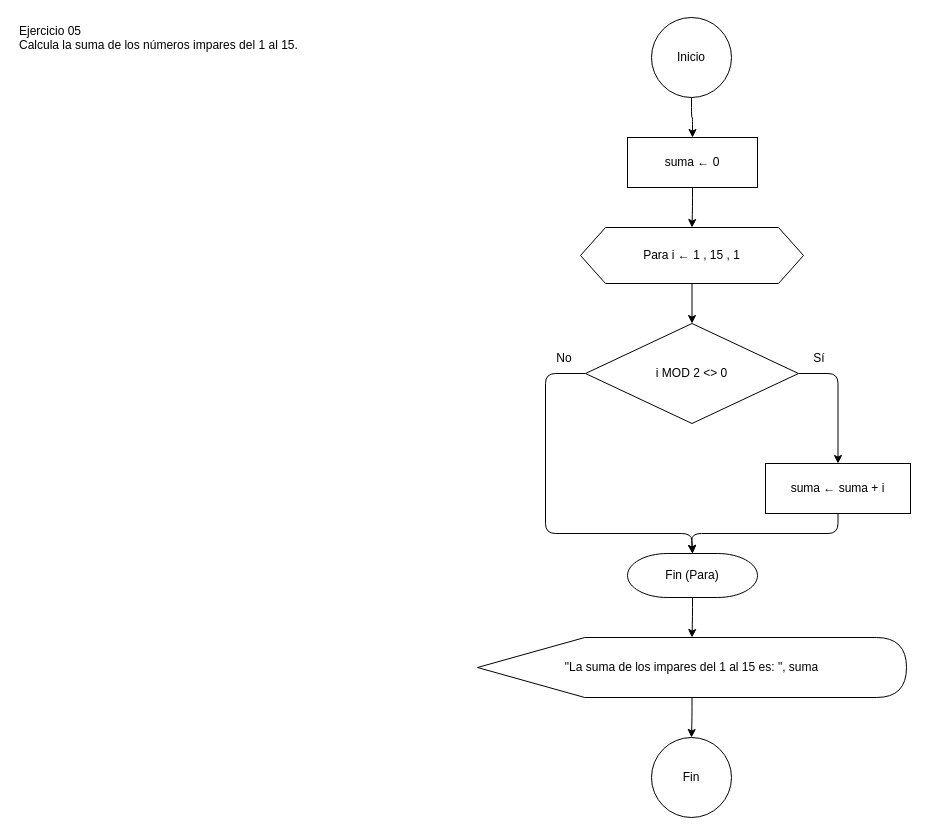
gonzalogiolitti/facultad-tcd keeps this draw.io diagram as DATOS Y ALGORITMOS/Practica/2_Repeticion_Para_Mientras/Ejercicio_05/diagrama.drawio. Above is the earlier version. Source tidied: cells renumbered, new cells numbered last; positions are measured from the earlier drawing's top-left corner, leaving out a move shared by most shapes. Both pictures are drawn from the tidied source at 100%, with x=0, y=0 at pixel (17, 17).
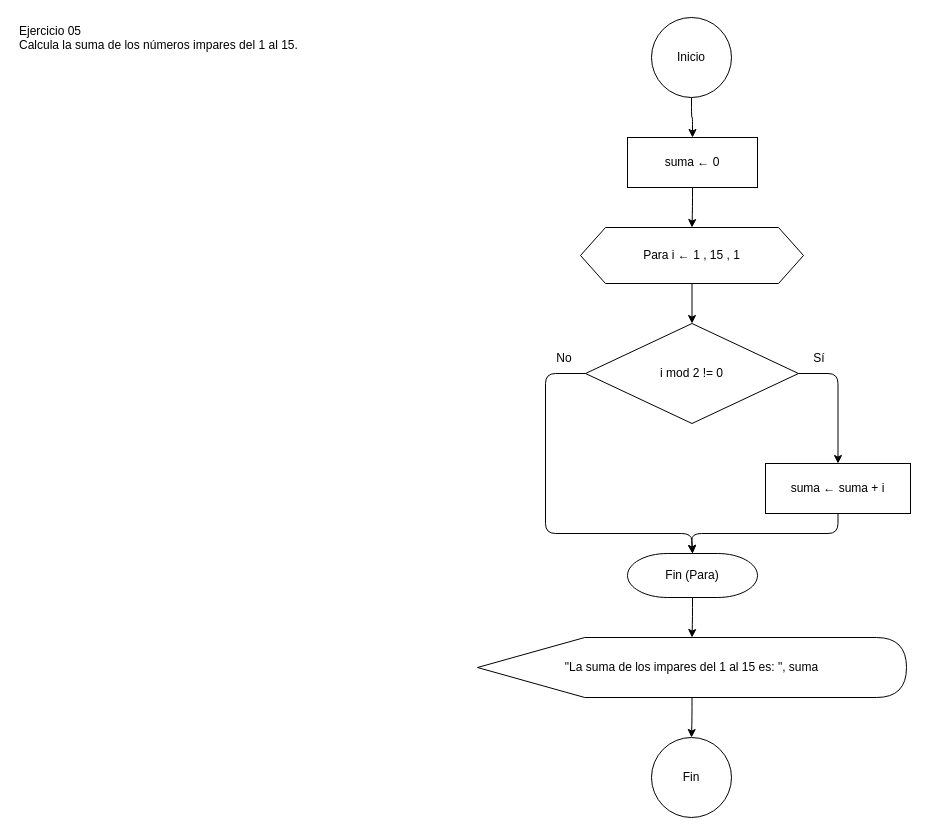
After the change.

The edit, as a diff of the source:
```diff
@@
-    <mxCell id="6" value="i MOD 2 &lt;&gt; 0" style="rhombus;whiteSpace=wrap;html=1;" parent="1" vertex="1">
+    <mxCell id="6" value="i mod 2 != 0" style="rhombus;whiteSpace=wrap;html=1;" parent="1" vertex="1">
       <mxGeometry x="568" y="306" width="213" height="100" as="geometry" />
     </mxCell>
```
